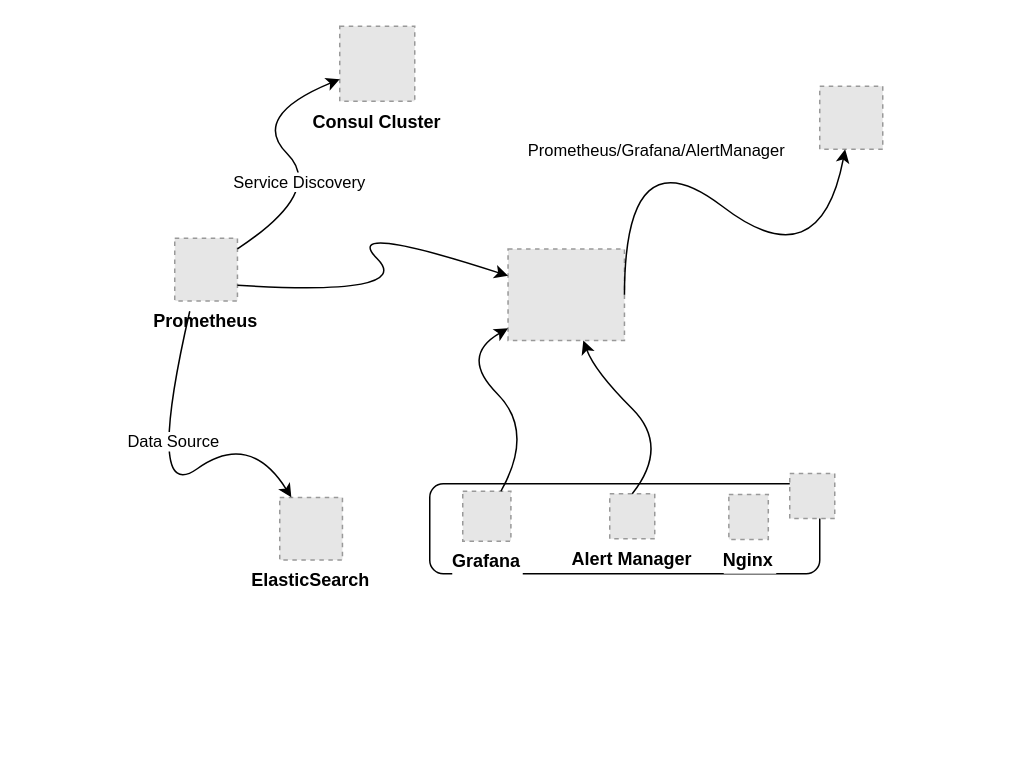
Above: page "Grafana - Prometheus - Alert Manager" (6 of 7) of Retail-Dev-Monitor.drawio in khinhvuphiduong/diagrams.net (draw.io), before the change. Source tidied: cells renumbered, new cells numbered last; positions are measured from the earlier drawing's top-left corner, leaving out a move shared by most shapes. Both pictures are drawn from the tidied source at 150%, with x=0, y=0 at pixel (144, 26). Pictures stored in the file or linked from it are replaced by grey dashed boxes.
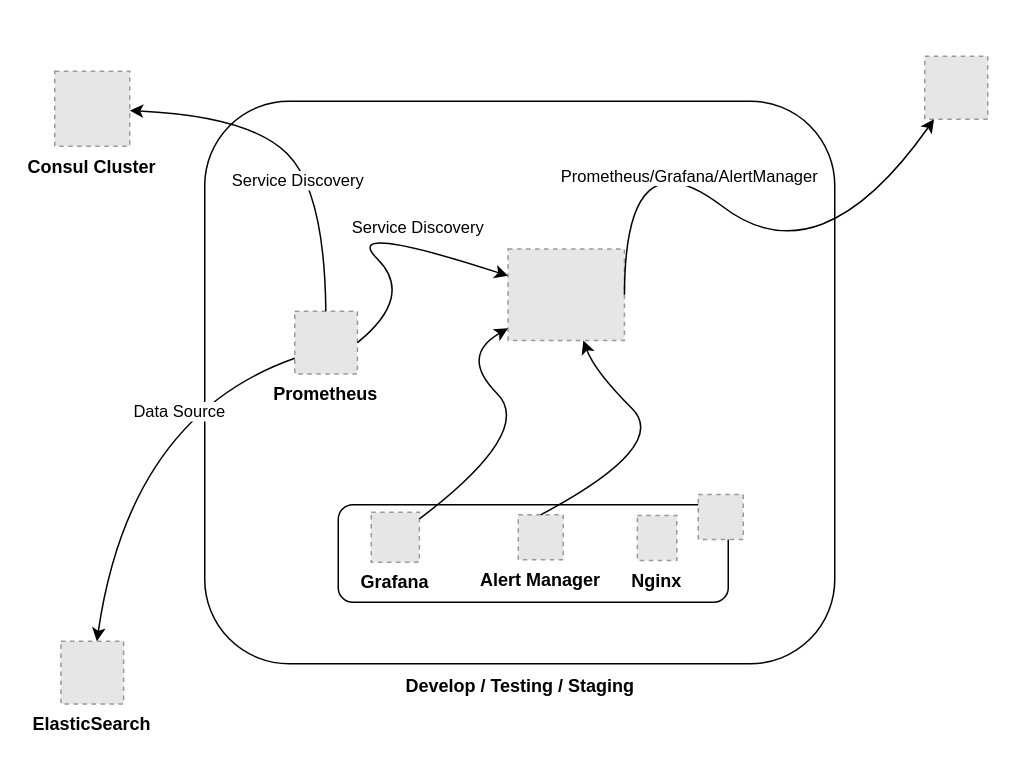
The same page after the edit.

Unchanged cells that the change refers to:
```xml
<mxCell id="6" style="fillColor=#E6E6E6;strokeColor=#999999;dashed=1;verticalLabelPosition=bottom;labelBackgroundColor=default;verticalAlign=top;" parent="1" vertex="1">
  <mxGeometry x="242.2" y="148.5" width="77.6" height="61" as="geometry" />
</mxCell>
```

Diff of the diagram source:
```diff
@@
+    <mxCell id="21" style="rounded=1;whiteSpace=wrap;html=1;" parent="1" vertex="1">
+      <mxGeometry x="40" y="50" width="420" height="375" as="geometry" />
+    </mxCell>
     <mxCell id="2" style="rounded=1;whiteSpace=wrap;html=1;" parent="1" vertex="1">
-      <mxGeometry x="190" y="305" width="260" height="60" as="geometry" />
+      <mxGeometry x="129" y="319" width="260" height="65" as="geometry" />
     </mxCell>
     <mxCell id="3" value="ElasticSearch" style="fillColor=#E6E6E6;strokeColor=#999999;dashed=1;verticalLabelPosition=bottom;labelBackgroundColor=default;verticalAlign=top;fontStyle=1;" parent="1" vertex="1">
-      <mxGeometry x="90" y="314.1" width="41.8" height="41.8" as="geometry" />
+      <mxGeometry x="-55.9" y="410" width="41.8" height="41.8" as="geometry" />
     </mxCell>
     <mxCell id="4" value="Prometheus" style="fillColor=#E6E6E6;strokeColor=#999999;dashed=1;verticalLabelPosition=bottom;labelBackgroundColor=default;verticalAlign=top;fontStyle=1;" parent="1" vertex="1">
-      <mxGeometry x="20" y="141.3" width="41.8" height="41.8" as="geometry" />
+      <mxGeometry x="100" y="190" width="41.8" height="41.8" as="geometry" />
     </mxCell>
     <mxCell id="5" style="fillColor=#E6E6E6;strokeColor=#999999;dashed=1;verticalLabelPosition=bottom;labelBackgroundColor=default;verticalAlign=top;" parent="1" vertex="1">
-      <mxGeometry x="450" y="40" width="42" height="42" as="geometry" />
+      <mxGeometry x="520" y="20" width="42" height="42" as="geometry" />
     </mxCell>
@@
     <mxCell id="7" value="Consul Cluster" style="fillColor=#E6E6E6;strokeColor=#999999;dashed=1;verticalLabelPosition=bottom;labelBackgroundColor=default;verticalAlign=top;fontStyle=1;" parent="1" vertex="1">
-      <mxGeometry x="130" width="50" height="50" as="geometry" />
+      <mxGeometry x="-60" y="30" width="50" height="50" as="geometry" />
     </mxCell>
     <mxCell id="8" value="Grafana" style="fillColor=#E6E6E6;strokeColor=#999999;dashed=1;verticalLabelPosition=bottom;labelBackgroundColor=default;verticalAlign=top;fontStyle=1;" parent="1" vertex="1">
-      <mxGeometry x="212" y="310" width="32.1" height="33.3" as="geometry" />
+      <mxGeometry x="151" y="324" width="32.1" height="33.3" as="geometry" />
     </mxCell>
     <mxCell id="9" value="Alert Manager" style="fillColor=#E6E6E6;strokeColor=#999999;dashed=1;verticalLabelPosition=bottom;labelBackgroundColor=default;verticalAlign=top;fontStyle=1;" parent="1" vertex="1">
-      <mxGeometry x="310" y="311.7" width="30" height="30" as="geometry" />
+      <mxGeometry x="249" y="325.7" width="30" height="30" as="geometry" />
     </mxCell>
@@
     <mxCell id="12" style="fillColor=#E6E6E6;strokeColor=#999999;dashed=1;verticalLabelPosition=bottom;labelBackgroundColor=default;verticalAlign=top;fontStyle=1;" parent="1" vertex="1">
-      <mxGeometry x="430" y="298.2" width="30" height="30" as="geometry" />
+      <mxGeometry x="369" y="312.2" width="30" height="30" as="geometry" />
     </mxCell>
@@
-    <mxCell id="15" style="curved=1;endArrow=classic;html=1;rounded=0;" parent="1" edge="1" target="3">
+    <mxCell id="15" style="curved=1;endArrow=classic;html=1;rounded=0;exitX=0;exitY=0.75;exitDx=0;exitDy=0;" parent="1" edge="1" source="4" target="3">
       <mxGeometry relative="1" as="geometry">
-        <mxPoint x="30" y="190" as="sourcePoint" />
         <Array as="points">
-          <mxPoint y="320" />
-          <mxPoint x="70" y="270" />
+          <mxPoint x="-10" y="260" />
         </Array>
       </mxGeometry>
     </mxCell>
@@
-    <mxCell id="17" style="curved=1;endArrow=classic;html=1;rounded=0;exitX=1;exitY=0.75;exitDx=0;exitDy=0;" parent="1" edge="1" source="4" target="6">
+    <mxCell id="17" style="curved=1;endArrow=classic;html=1;rounded=0;exitX=1;exitY=0.5;exitDx=0;exitDy=0;" parent="1" edge="1" source="4" target="6">
       <mxGeometry relative="1" as="geometry">
         <Array as="points">
           <mxPoint x="180" y="180" />
           <mxPoint x="130" y="130" />
         </Array>
       </mxGeometry>
     </mxCell>
+    <mxCell id="22" value="Service Discovery" style="edgeLabel;html=1;align=center;verticalAlign=middle;" parent="17" vertex="1">
+      <mxGeometry x="0.28" y="-6" relative="1" as="geometry">
+        <mxPoint x="23" y="-12" as="offset" />
+      </mxGeometry>
+    </mxCell>
@@
     <mxCell id="20" value="Nginx" style="fillColor=#E6E6E6;strokeColor=#999999;dashed=1;verticalLabelPosition=bottom;labelBackgroundColor=default;verticalAlign=top;fontStyle=1;" parent="1" vertex="1">
-      <mxGeometry x="389.4" y="312.1" width="26.3" height="30" as="geometry" />
+      <mxGeometry x="328.4" y="326.1" width="26.3" height="30" as="geometry" />
     </mxCell>
+    <mxCell id="23" value="Develop / Testing / Staging" style="text;html=1;strokeColor=none;fillColor=none;align=center;verticalAlign=middle;whiteSpace=wrap;rounded=0;fontStyle=1;" parent="1" vertex="1">
+      <mxGeometry x="161.5" y="425" width="176.9" height="30" as="geometry" />
+    </mxCell>
```
